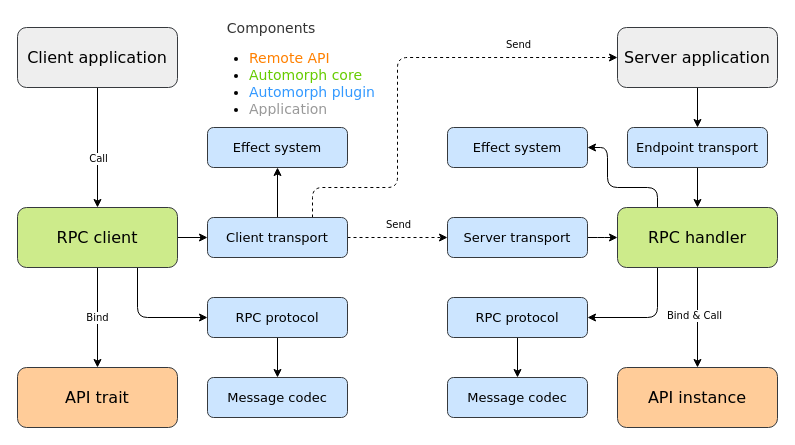
martin-ockajak/automorph keeps this draw.io diagram as docs/diagrams/architecture.drawio. Above is the earlier version. Source tidied: cells renumbered, new cells numbered last; positions are measured from the earlier drawing's top-left corner, leaving out a move shared by most shapes. Both pictures are drawn from the tidied source at 100%, with x=0, y=0 at pixel (17, 17).
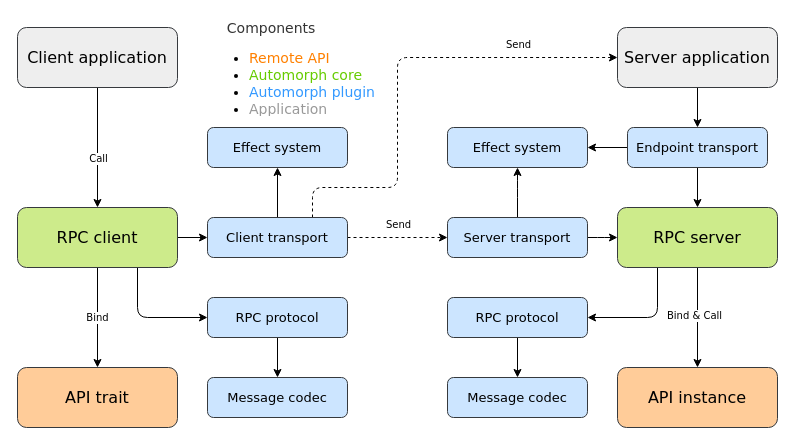
The same diagram, later.

Unchanged cells that the change refers to:
```xml
<mxCell id="19" value="&lt;font style=&quot;font-size: 13px&quot;&gt;Server transport&lt;/font&gt;" style="rounded=1;whiteSpace=wrap;html=1;fillColor=#cce5ff;strokeColor=#36393d;fontFamily=Verdana;fontSize=13;" parent="1" vertex="1">
  <mxGeometry x="430" y="200" width="140" height="40" as="geometry" />
</mxCell>
<mxCell id="21" value="&lt;font style=&quot;font-size: 13px&quot;&gt;Endpoint transport&lt;/font&gt;" style="rounded=1;whiteSpace=wrap;html=1;fillColor=#cce5ff;strokeColor=#36393d;fontFamily=Verdana;fontSize=13;" parent="1" vertex="1">
  <mxGeometry x="610" y="110" width="140" height="40" as="geometry" />
</mxCell>
<mxCell id="28" value="&lt;font style=&quot;font-size: 13px;&quot;&gt;Effect system&lt;/font&gt;" style="rounded=1;whiteSpace=wrap;html=1;fillColor=#cce5ff;strokeColor=#36393d;fontFamily=Verdana;fontSize=13;verticalAlign=middle;" parent="1" vertex="1">
  <mxGeometry x="430" y="110" width="140" height="40" as="geometry" />
</mxCell>
```

The edit, as a diff of the source:
```diff
@@
-    <mxCell id="10" style="edgeStyle=orthogonalEdgeStyle;rounded=1;jettySize=auto;html=1;exitX=0.25;exitY=0;exitDx=0;exitDy=0;entryX=1;entryY=0.5;entryDx=0;entryDy=0;fontFamily=Verdana;fontSize=16;strokeColor=#000000;" parent="1" edge="1" source="11" target="28">
+    <mxCell id="10" style="edgeStyle=orthogonalEdgeStyle;rounded=1;jettySize=auto;html=1;exitX=0.5;exitY=0;exitDx=0;exitDy=0;entryX=0.5;entryY=1;entryDx=0;entryDy=0;fontFamily=Verdana;fontSize=16;strokeColor=#000000;" parent="1" edge="1" source="19" target="28">
       <mxGeometry relative="1" as="geometry">
         <Array as="points">
-          <mxPoint x="640" y="170" />
-          <mxPoint x="590" y="170" />
-          <mxPoint x="590" y="130" />
+          <mxPoint x="500" y="170" />
+          <mxPoint x="500" y="170" />
         </Array>
       </mxGeometry>
     </mxCell>
-    <mxCell id="11" value="&lt;font style=&quot;font-size: 16px&quot;&gt;RPC handler&lt;/font&gt;" style="rounded=1;whiteSpace=wrap;html=1;fillColor=#cdeb8b;strokeColor=#36393d;fontFamily=Verdana;fontSize=16;" parent="1" vertex="1">
+    <mxCell id="11" value="&lt;font style=&quot;font-size: 16px&quot;&gt;RPC server&lt;/font&gt;" style="rounded=1;whiteSpace=wrap;html=1;fillColor=#cdeb8b;strokeColor=#36393d;fontFamily=Verdana;fontSize=16;" parent="1" vertex="1">
       <mxGeometry x="600" y="190" width="160" height="60" as="geometry" />
     </mxCell>
@@
+    <mxCell id="40" style="edgeStyle=orthogonalEdgeStyle;rounded=0;jettySize=auto;html=1;exitX=0;exitY=0.5;exitDx=0;exitDy=0;entryX=1;entryY=0.5;entryDx=0;entryDy=0;" parent="1" edge="1" source="21" target="28">
+      <mxGeometry relative="1" as="geometry" />
+    </mxCell>
```
